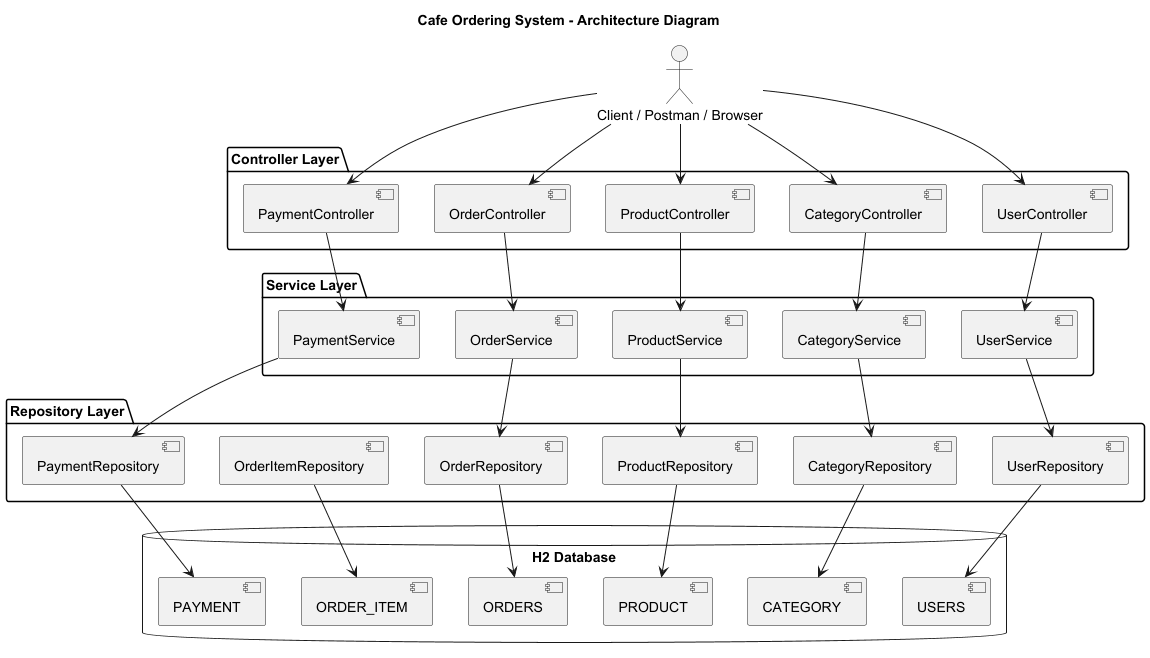
Earlier version of the PlantUML export diagrams/architecture-diagram-Cafe_Ordering_System___Architecture_Diagram.png (ayaulymserikova13-coder/cafe-ordering-system). Its diagram source:
```plantuml
@startuml
title Cafe Ordering System - Architecture Diagram

actor Client as "Client / Postman / Browser"

package "Controller Layer" {
  [UserController]
  [CategoryController]
  [ProductController]
  [OrderController]
  [PaymentController]
}

package "Service Layer" {
  [UserService]
  [CategoryService]
  [ProductService]
  [OrderService]
  [PaymentService]
}

package "Repository Layer" {
  [UserRepository]
  [CategoryRepository]
  [ProductRepository]
  [OrderRepository]
  [OrderItemRepository]
  [PaymentRepository]
}

database "H2 Database" {
  [USERS]
  [CATEGORY]
  [PRODUCT]
  [ORDERS]
  [ORDER_ITEM]
  [PAYMENT]
}

Client --> [UserController]
Client --> [CategoryController]
Client --> [ProductController]
Client --> [OrderController]
Client --> [PaymentController]

[UserController] --> [UserService]
[CategoryController] --> [CategoryService]
[ProductController] --> [ProductService]
[OrderController] --> [OrderService]
[PaymentController] --> [PaymentService]

[UserService] --> [UserRepository]
[CategoryService] --> [CategoryRepository]
[ProductService] --> [ProductRepository]
[OrderService] --> [OrderRepository]
[PaymentService] --> [PaymentRepository]

[UserRepository] --> [USERS]
[CategoryRepository] --> [CATEGORY]
[ProductRepository] --> [PRODUCT]
[OrderRepository] --> [ORDERS]
[OrderItemRepository] --> [ORDER_ITEM]
[PaymentRepository] --> [PAYMENT]

@enduml
```
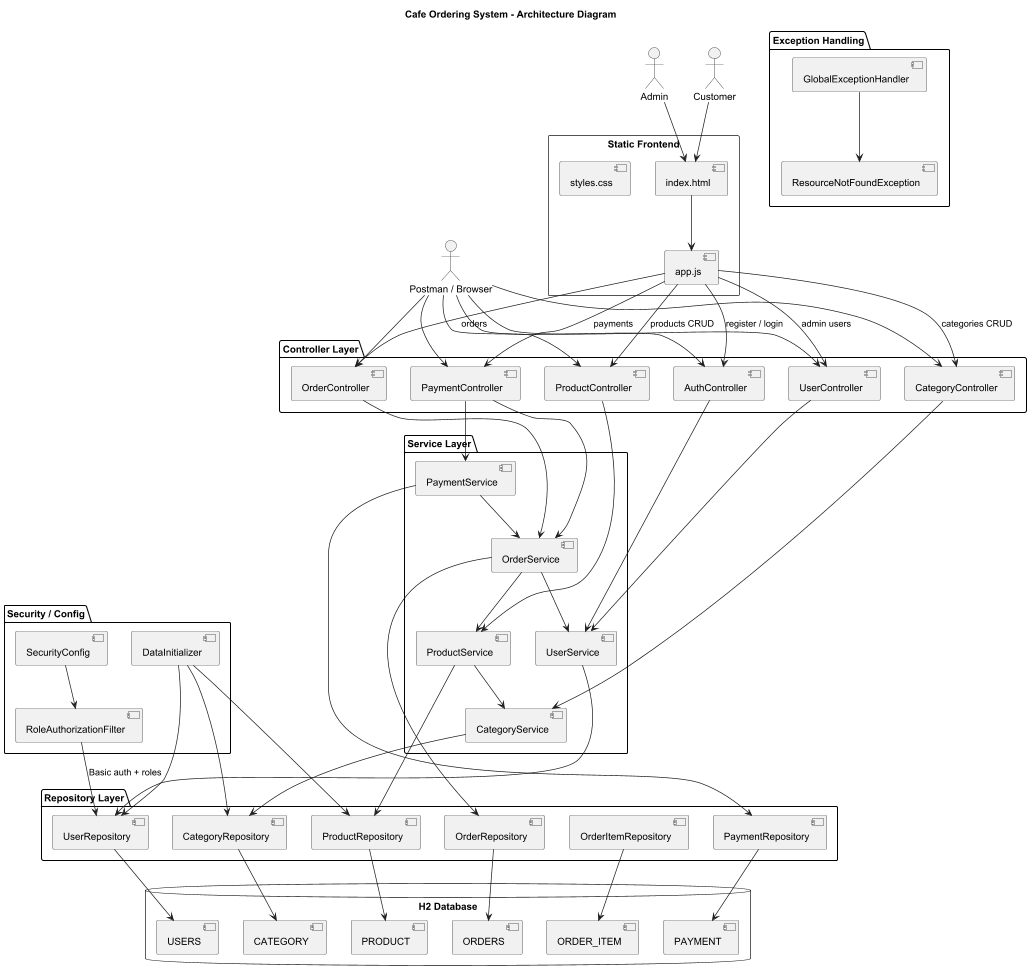
The same file after the commit.

What changed in the source:
```diff
@@ -1,9 +1,24 @@
 @startuml
 title Cafe Ordering System - Architecture Diagram
 
-actor Client as "Client / Postman / Browser"
+actor Customer
+actor Admin
+actor "Postman / Browser" as Client
+
+rectangle "Static Frontend" {
+  [index.html]
+  [styles.css]
+  [app.js]
+}
+
+package "Security / Config" {
+  [SecurityConfig]
+  [RoleAuthorizationFilter]
+  [DataInitializer]
+}
 
 package "Controller Layer" {
+  [AuthController]
   [UserController]
   [CategoryController]
   [ProductController]
@@ -28,6 +43,11 @@
   [PaymentRepository]
 }
 
+package "Exception Handling" {
+  [GlobalExceptionHandler]
+  [ResourceNotFoundException]
+}
+
 database "H2 Database" {
   [USERS]
   [CATEGORY]
@@ -37,23 +57,43 @@
   [PAYMENT]
 }
 
+Customer --> [index.html]
+Admin --> [index.html]
+[index.html] --> [app.js]
+[app.js] --> [AuthController] : register / login
+[app.js] --> [UserController] : admin users
+[app.js] --> [CategoryController] : categories CRUD
+[app.js] --> [ProductController] : products CRUD
+[app.js] --> [OrderController] : orders
+[app.js] --> [PaymentController] : payments
+
+Client --> [AuthController]
 Client --> [UserController]
 Client --> [CategoryController]
 Client --> [ProductController]
 Client --> [OrderController]
 Client --> [PaymentController]
 
+[RoleAuthorizationFilter] --> [UserRepository] : Basic auth + roles
+[SecurityConfig] --> [RoleAuthorizationFilter]
+
+[AuthController] --> [UserService]
 [UserController] --> [UserService]
 [CategoryController] --> [CategoryService]
 [ProductController] --> [ProductService]
 [OrderController] --> [OrderService]
 [PaymentController] --> [PaymentService]
+[PaymentController] --> [OrderService]
 
 [UserService] --> [UserRepository]
 [CategoryService] --> [CategoryRepository]
 [ProductService] --> [ProductRepository]
+[ProductService] --> [CategoryService]
 [OrderService] --> [OrderRepository]
+[OrderService] --> [UserService]
+[OrderService] --> [ProductService]
 [PaymentService] --> [PaymentRepository]
+[PaymentService] --> [OrderService]
 
 [UserRepository] --> [USERS]
 [CategoryRepository] --> [CATEGORY]
@@ -62,4 +102,9 @@
 [OrderItemRepository] --> [ORDER_ITEM]
 [PaymentRepository] --> [PAYMENT]
 
+[DataInitializer] --> [UserRepository]
+[DataInitializer] --> [CategoryRepository]
+[DataInitializer] --> [ProductRepository]
+[GlobalExceptionHandler] --> [ResourceNotFoundException]
+
 @enduml
```
